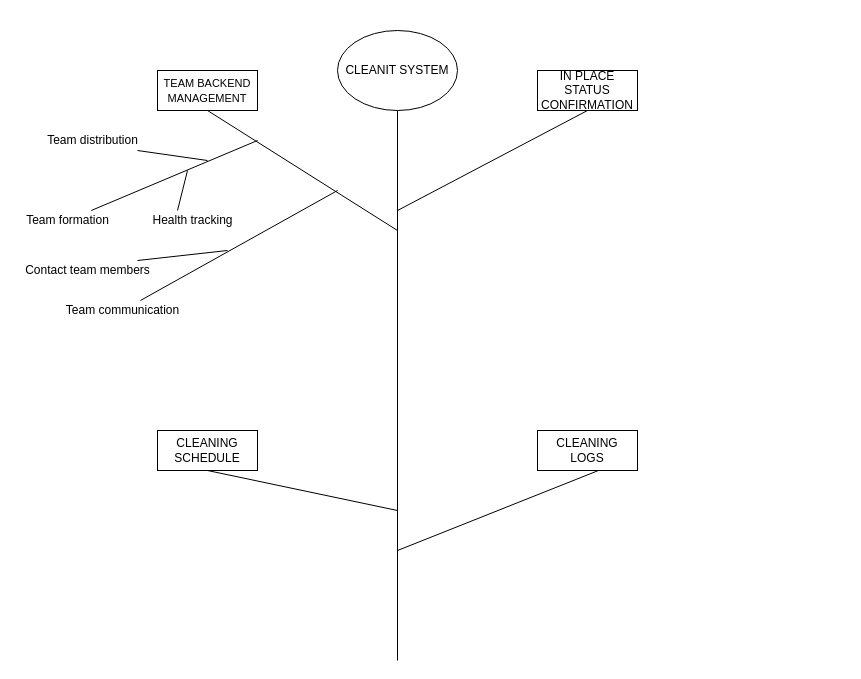
Before: Untitled Diagram.drawio in HAIWANG211/AlgorithmAndDataStructure, a draw.io diagram. Source tidied: cells renumbered, new cells numbered last; positions are measured from the earlier drawing's top-left corner, leaving out a move shared by most shapes. Both pictures are drawn from the tidied source at 100%, with x=0, y=0 at pixel (17, 30).
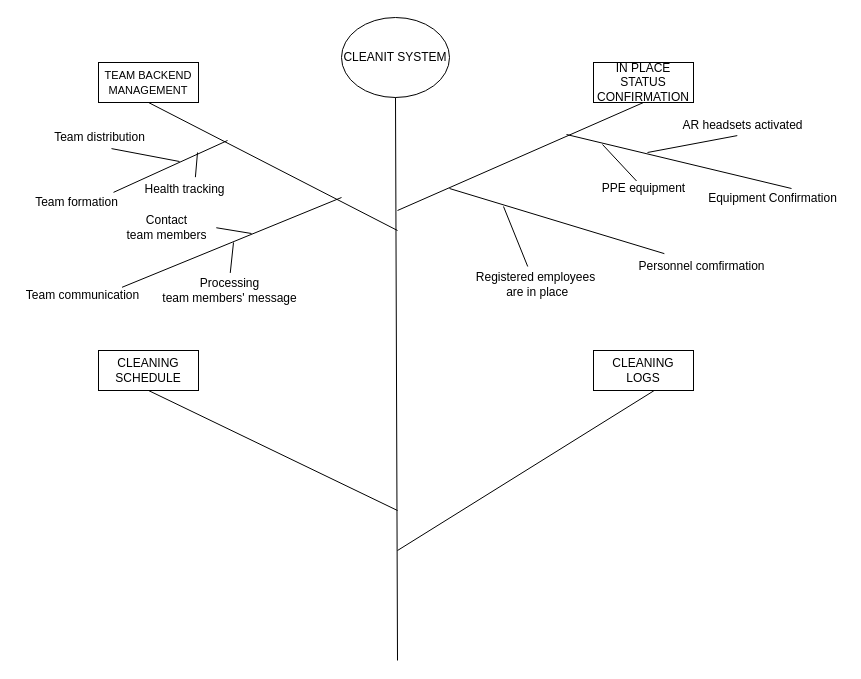
Above is the later version.

Change to the diagram source:
```diff
@@
     <mxCell id="2" value="CLEANIT SYSTEM" style="ellipse;whiteSpace=wrap;html=1;" parent="1" vertex="1">
-      <mxGeometry x="320" width="120" height="80" as="geometry" />
+      <mxGeometry x="324" y="-13" width="108" height="80" as="geometry" />
     </mxCell>
@@
     <mxCell id="4" value="&lt;font style=&quot;font-size: 11px&quot;&gt;TEAM BACKEND MANAGEMENT&lt;/font&gt;" style="rounded=0;whiteSpace=wrap;html=1;" parent="1" vertex="1">
-      <mxGeometry x="140" y="40" width="100" height="40" as="geometry" />
+      <mxGeometry x="81" y="32" width="100" height="40" as="geometry" />
     </mxCell>
@@
     <mxCell id="6" value="IN PLACE STATUS CONFIRMATION" style="rounded=0;whiteSpace=wrap;html=1;" parent="1" vertex="1">
-      <mxGeometry x="520" y="40" width="100" height="40" as="geometry" />
+      <mxGeometry x="576" y="32" width="100" height="40" as="geometry" />
     </mxCell>
@@
     <mxCell id="8" value="CLEANING SCHEDULE" style="rounded=0;whiteSpace=wrap;html=1;" parent="1" vertex="1">
-      <mxGeometry x="140" y="400" width="100" height="40" as="geometry" />
+      <mxGeometry x="81" y="320" width="100" height="40" as="geometry" />
     </mxCell>
     <mxCell id="9" value="CLEANING LOGS" style="rounded=0;whiteSpace=wrap;html=1;" parent="1" vertex="1">
-      <mxGeometry x="520" y="400" width="100" height="40" as="geometry" />
+      <mxGeometry x="576" y="320" width="100" height="40" as="geometry" />
     </mxCell>
@@
-    <mxCell id="12" style="endArrow=none;html=1;" parent="1" edge="1" source="13">
+    <mxCell id="12" style="endArrow=none;html=1;exitX=0.87;exitY=-0.007;exitDx=0;exitDy=0;exitPerimeter=0;" parent="1" edge="1" source="13">
       <mxGeometry relative="1" as="geometry">
-        <mxPoint x="240" y="110" as="targetPoint" />
+        <mxPoint x="210" y="110" as="targetPoint" />
       </mxGeometry>
     </mxCell>
     <mxCell id="13" value="Team formation" style="text;html=1;align=center;verticalAlign=middle;points=[];" parent="1" vertex="1">
-      <mxGeometry y="180" width="100" height="20" as="geometry" />
+      <mxGeometry x="9" y="162" width="100" height="20" as="geometry" />
     </mxCell>
-    <mxCell id="14" style="endArrow=none;html=1;" parent="1" edge="1">
+    <mxCell id="14" style="endArrow=none;html=1;exitX=0.609;exitY=1.055;exitDx=0;exitDy=0;exitPerimeter=0;" parent="1" edge="1" source="15">
       <mxGeometry relative="1" as="geometry">
-        <mxPoint x="120" y="120" as="sourcePoint" />
-        <mxPoint x="190" y="130" as="targetPoint" />
+        <mxPoint x="162" y="131" as="targetPoint" />
       </mxGeometry>
     </mxCell>
     <mxCell id="15" value="Team distribution" style="text;html=1;align=center;verticalAlign=middle;points=[];" parent="1" vertex="1">
-      <mxGeometry x="20" y="100" width="110" height="20" as="geometry" />
+      <mxGeometry x="27" y="97" width="110" height="20" as="geometry" />
     </mxCell>
-    <mxCell id="16" style="endArrow=none;html=1;" parent="1" edge="1">
-      <mxGeometry relative="1" as="geometry">
-        <mxPoint x="160" y="180" as="sourcePoint" />
-        <mxPoint x="170" y="140" as="targetPoint" />
-      </mxGeometry>
-    </mxCell>
     <mxCell id="17" value="Health tracking" style="text;html=1;align=center;verticalAlign=middle;points=[];" parent="1" vertex="1">
-      <mxGeometry x="125" y="180" width="100" height="20" as="geometry" />
+      <mxGeometry x="117" y="149" width="100" height="20" as="geometry" />
     </mxCell>
-    <mxCell id="18" style="endArrow=none;html=1;" parent="1" edge="1" source="19">
+    <mxCell id="18" style="endArrow=none;html=1;exitX=0.804;exitY=0.09;exitDx=0;exitDy=0;exitPerimeter=0;" parent="1" edge="1" source="19">
       <mxGeometry relative="1" as="geometry">
-        <mxPoint x="320" y="160" as="targetPoint" />
+        <mxPoint x="324" y="167" as="targetPoint" />
       </mxGeometry>
     </mxCell>
     <mxCell id="19" value="Team communication" style="text;html=1;align=center;verticalAlign=middle;points=[];" parent="1" vertex="1">
-      <mxGeometry x="40" y="270" width="130" height="20" as="geometry" />
+      <mxGeometry y="255" width="130" height="20" as="geometry" />
     </mxCell>
-    <mxCell id="20" style="endArrow=none;html=1;" parent="1" edge="1">
+    <mxCell id="20" style="endArrow=none;html=1;exitX=0.998;exitY=0.508;exitDx=0;exitDy=0;exitPerimeter=0;" parent="1" edge="1" source="21">
       <mxGeometry relative="1" as="geometry">
-        <mxPoint x="120" y="230" as="sourcePoint" />
-        <mxPoint x="210" y="220" as="targetPoint" />
+        <mxPoint x="234" y="203" as="targetPoint" />
       </mxGeometry>
     </mxCell>
-    <mxCell id="21" value="Contact team members" style="text;html=1;align=center;verticalAlign=middle;points=[];" parent="1" vertex="1">
-      <mxGeometry y="230" width="140" height="20" as="geometry" />
+    <mxCell id="21" value="Contact &lt;br&gt;team members" style="text;html=1;align=center;verticalAlign=middle;points=[];" parent="1" vertex="1">
+      <mxGeometry x="99" y="182" width="100" height="30" as="geometry" />
     </mxCell>
+    <mxCell id="22" style="endArrow=none;html=1;exitX=0.505;exitY=-0.085;exitDx=0;exitDy=0;exitPerimeter=0;" parent="1" edge="1" source="23">
+      <mxGeometry relative="1" as="geometry">
+        <mxPoint x="216" y="212" as="targetPoint" />
+      </mxGeometry>
+    </mxCell>
+    <mxCell id="23" value="Processing &lt;br&gt;team members' message" style="text;html=1;align=center;verticalAlign=middle;points=[];" parent="1" vertex="1">
+      <mxGeometry x="137" y="245" width="150" height="30" as="geometry" />
+    </mxCell>
+    <mxCell id="24" style="endArrow=none;html=1;exitX=0.609;exitY=-0.117;exitDx=0;exitDy=0;exitPerimeter=0;" parent="1" edge="1" source="17">
+      <mxGeometry relative="1" as="geometry">
+        <mxPoint x="180" y="122" as="targetPoint" />
+      </mxGeometry>
+    </mxCell>
+    <mxCell id="25" style="endArrow=none;html=1;exitX=0.242;exitY=-0.215;exitDx=0;exitDy=0;exitPerimeter=0;" parent="1" edge="1" source="34">
+      <mxGeometry relative="1" as="geometry">
+        <mxPoint x="432" y="158" as="targetPoint" />
+      </mxGeometry>
+    </mxCell>
+    <mxCell id="26" style="endArrow=none;html=1;" parent="1" edge="1" source="27">
+      <mxGeometry relative="1" as="geometry">
+        <mxPoint x="486" y="176" as="targetPoint" />
+      </mxGeometry>
+    </mxCell>
+    <mxCell id="27" value="Registered employees&lt;br&gt;&amp;nbsp;are in place" style="text;html=1;align=center;verticalAlign=middle;points=[];" parent="1" vertex="1">
+      <mxGeometry x="450" y="236" width="135" height="36" as="geometry" />
+    </mxCell>
+    <mxCell id="28" style="endArrow=none;html=1;" parent="1" edge="1">
+      <mxGeometry relative="1" as="geometry">
+        <mxPoint x="774" y="158" as="sourcePoint" />
+        <mxPoint x="549" y="104" as="targetPoint" />
+      </mxGeometry>
+    </mxCell>
+    <mxCell id="29" value="Equipment Confirmation" style="text;html=1;align=center;verticalAlign=middle;" parent="1" vertex="1">
+      <mxGeometry x="683" y="159" width="144" height="18" as="geometry" />
+    </mxCell>
+    <mxCell id="30" style="endArrow=none;html=1;exitX=0.435;exitY=0.084;exitDx=0;exitDy=0;exitPerimeter=0;" parent="1" edge="1" source="31">
+      <mxGeometry relative="1" as="geometry">
+        <mxPoint x="585" y="114" as="targetPoint" />
+      </mxGeometry>
+    </mxCell>
+    <mxCell id="31" value="PPE equipment" style="text;html=1;align=center;verticalAlign=middle;points=[];" parent="1" vertex="1">
+      <mxGeometry x="576" y="149" width="99" height="18" as="geometry" />
+    </mxCell>
+    <mxCell id="32" style="endArrow=none;html=1;entryX=0.465;entryY=1.061;entryDx=0;entryDy=0;entryPerimeter=0;" parent="1" edge="1" target="33">
+      <mxGeometry relative="1" as="geometry">
+        <mxPoint x="630" y="122" as="sourcePoint" />
+      </mxGeometry>
+    </mxCell>
+    <mxCell id="33" value="AR headsets activated" style="text;html=1;align=center;verticalAlign=middle;points=[];" parent="1" vertex="1">
+      <mxGeometry x="657" y="86" width="135" height="18" as="geometry" />
+    </mxCell>
+    <mxCell id="34" value="Personnel comfirmation" style="text;html=1;align=center;verticalAlign=middle;points=[];" parent="1" vertex="1">
+      <mxGeometry x="612" y="227" width="144" height="18" as="geometry" />
+    </mxCell>
```
